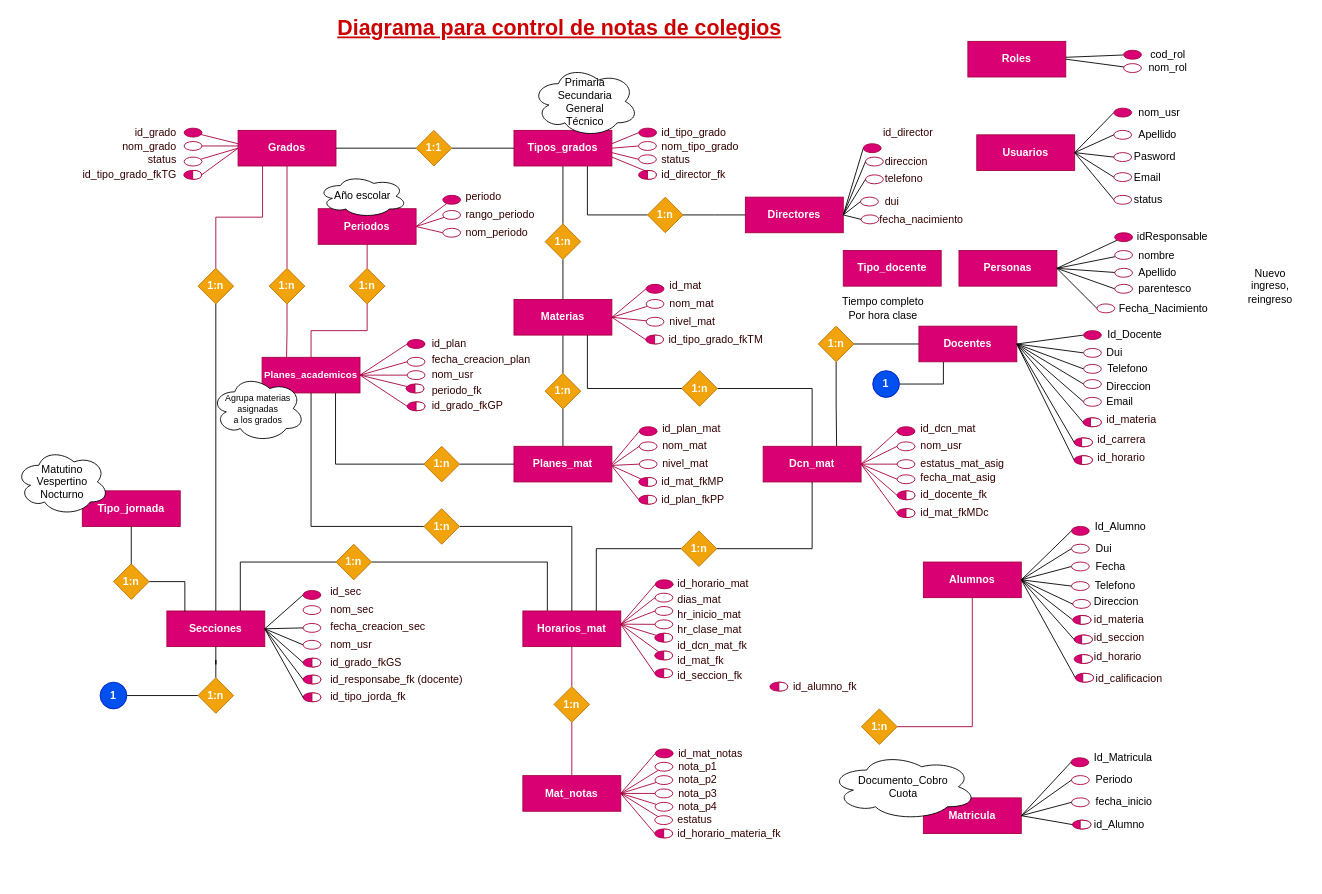
Earlier version of the draw.io diagram dsiw2_diagrama_notas.drawio (w-vasquez/dsiw2). Source tidied: cells renumbered, new cells numbered last; positions are measured from the earlier drawing's top-left corner, leaving out a move shared by most shapes. Both pictures are drawn from the tidied source at 89%, with x=0, y=0 at pixel (15, 19).
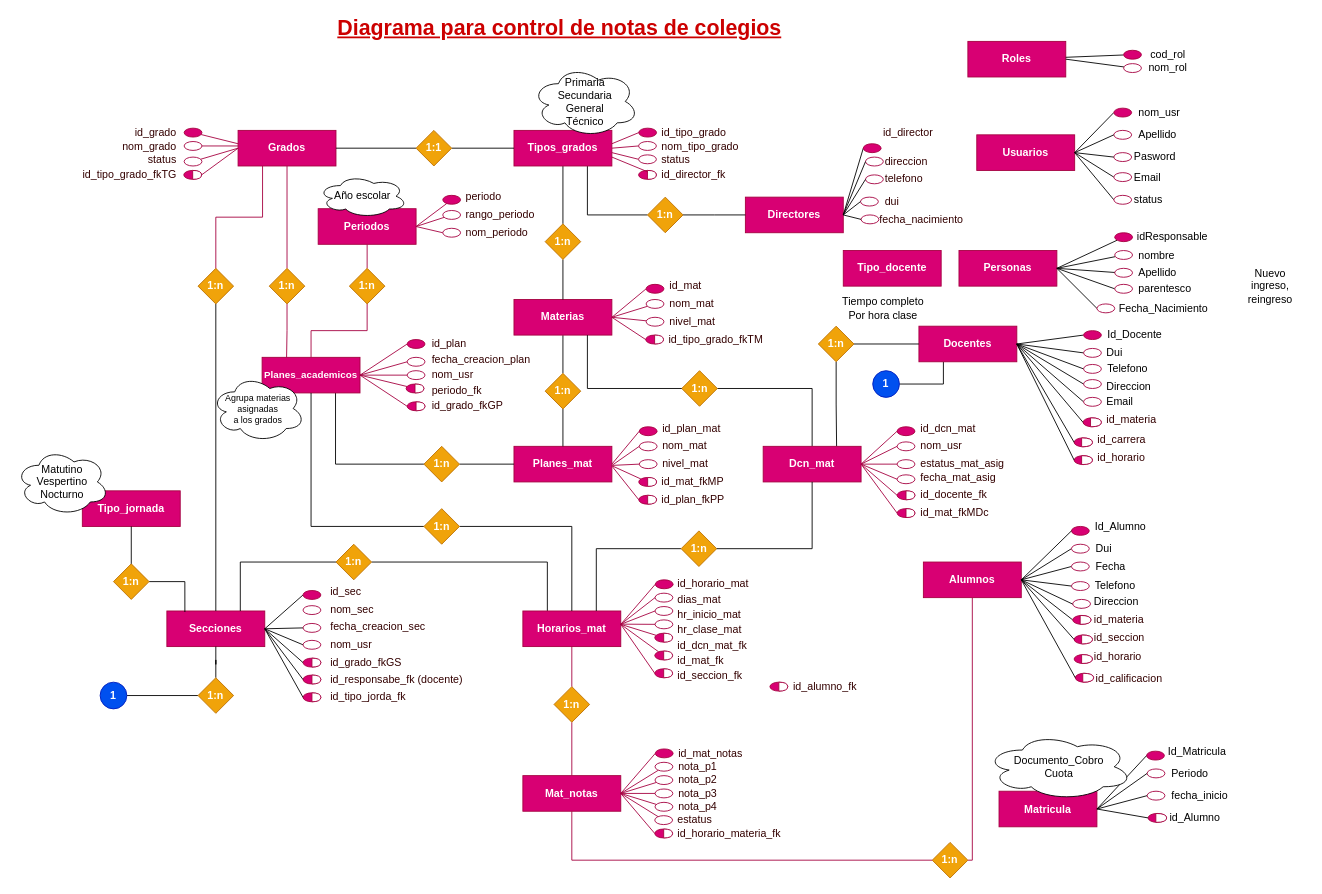
Above is the later version.

Unchanged cells that the change refers to:
```xml
<mxCell id="19" value="Alumnos" style="rounded=0;whiteSpace=wrap;html=1;fillColor=#d80073;strokeColor=#A50040;fontColor=#ffffff;fontStyle=1;" parent="1" vertex="1">
  <mxGeometry x="1020" y="610" width="110" height="40" as="geometry" />
</mxCell>
<mxCell id="62" value="Mat_notas" style="rounded=0;whiteSpace=wrap;html=1;fillColor=#d80073;strokeColor=#A50040;fontColor=#ffffff;fontStyle=1;labelPosition=center;verticalLabelPosition=middle;align=center;verticalAlign=middle;fontSize=12;" parent="1" vertex="1">
  <mxGeometry x="570" y="850" width="110" height="40" as="geometry" />
</mxCell>
```

What changed in the source:
```diff
@@
     <mxCell id="2" style="ellipse;whiteSpace=wrap;html=1;fillColor=#d80073;gradientDirection=east;strokeColor=#A50040;fontColor=#ffffff;" parent="1" vertex="1">
-      <mxGeometry x="1187.5" y="900" width="20.6" height="10" as="geometry" />
+      <mxGeometry x="1272.5" y="892.5" width="20.6" height="10" as="geometry" />
     </mxCell>
@@
     <mxCell id="18" style="edgeStyle=orthogonalEdgeStyle;rounded=0;jettySize=auto;html=1;entryX=1;entryY=0.5;entryDx=0;entryDy=0;fontSize=11;fontColor=#CC0000;exitX=0.5;exitY=1;exitDx=0;exitDy=0;startArrow=none;startFill=0;endArrow=none;endFill=0;fillColor=#d80073;strokeColor=#A50040;" parent="1" edge="1" source="19" target="107">
       <mxGeometry relative="1" as="geometry">
         <Array as="points">
-          <mxPoint x="1075" y="795" />
+          <mxPoint x="1075" y="945" />
         </Array>
       </mxGeometry>
     </mxCell>
@@
     <mxCell id="107" value="1:n" style="rhombus;whiteSpace=wrap;html=1;labelBackgroundColor=none;fontSize=12;align=center;fontStyle=1;fillColor=#f0a30a;strokeColor=#BD7000;fontColor=#ffffff;" parent="1" vertex="1">
-      <mxGeometry x="950.5" y="775" width="40" height="40" as="geometry" />
+      <mxGeometry x="1030" y="925" width="40" height="40" as="geometry" />
     </mxCell>
@@
     <mxCell id="404" value="Matricula" style="rounded=0;whiteSpace=wrap;html=1;fillColor=#d80073;strokeColor=#A50040;fontColor=#ffffff;fontStyle=1;" parent="1" vertex="1">
-      <mxGeometry x="1020" y="875" width="110" height="40" as="geometry" />
+      <mxGeometry x="1105" y="867.5" width="110" height="40" as="geometry" />
     </mxCell>
     <mxCell id="405" style="ellipse;whiteSpace=wrap;html=1;strokeColor=#A50040;fontColor=#ffffff;fillColor=#d80073;" parent="1" vertex="1">
-      <mxGeometry x="1185.8" y="830" width="20" height="10" as="geometry" />
+      <mxGeometry x="1270.8" y="822.5" width="20" height="10" as="geometry" />
     </mxCell>
     <mxCell id="406" value="Id_Matricula" style="text;html=1;strokeColor=none;fillColor=none;align=left;verticalAlign=middle;whiteSpace=wrap;rounded=0;" parent="1" vertex="1">
-      <mxGeometry x="1210" y="820" width="80" height="20" as="geometry" />
+      <mxGeometry x="1293.1" y="812.5" width="80" height="20" as="geometry" />
     </mxCell>
@@
     <mxCell id="408" style="ellipse;whiteSpace=wrap;html=1;strokeColor=#A50040;fontColor=#ffffff;fillColor=#FFFFFF;" parent="1" vertex="1">
-      <mxGeometry x="1186.4" y="850" width="20" height="10" as="geometry" />
+      <mxGeometry x="1271.4" y="842.5" width="20" height="10" as="geometry" />
     </mxCell>
     <mxCell id="409" value="Periodo" style="text;html=1;strokeColor=none;fillColor=none;align=left;verticalAlign=middle;whiteSpace=wrap;rounded=0;" parent="1" vertex="1">
-      <mxGeometry x="1212.2" y="845" width="80" height="20" as="geometry" />
+      <mxGeometry x="1297.2" y="837.5" width="80" height="20" as="geometry" />
     </mxCell>
@@
     <mxCell id="411" value="fecha_inicio" style="text;html=1;strokeColor=none;fillColor=none;align=left;verticalAlign=middle;whiteSpace=wrap;rounded=0;" parent="1" vertex="1">
-      <mxGeometry x="1212.2" y="870" width="80" height="20" as="geometry" />
+      <mxGeometry x="1297.2" y="862.5" width="80" height="20" as="geometry" />
     </mxCell>
     <mxCell id="412" style="ellipse;whiteSpace=wrap;html=1;strokeColor=#A50040;fontColor=#ffffff;fillColor=#FFFFFF;" parent="1" vertex="1">
-      <mxGeometry x="1186.4" y="875" width="20" height="10" as="geometry" />
+      <mxGeometry x="1271.4" y="867.5" width="20" height="10" as="geometry" />
     </mxCell>
@@
     <mxCell id="414" style="shape=or;whiteSpace=wrap;html=1;strokeColor=#A50040;fontColor=#ffffff;fillColor=#FFFFFF;" parent="1" vertex="1">
-      <mxGeometry x="1196.2" y="900" width="12.2" height="10" as="geometry" />
+      <mxGeometry x="1281.2" y="892.5" width="12.2" height="10" as="geometry" />
     </mxCell>
@@
     <mxCell id="416" value="id_Alumno" style="text;html=1;strokeColor=none;fillColor=none;align=left;verticalAlign=middle;whiteSpace=wrap;rounded=0;" parent="1" vertex="1">
-      <mxGeometry x="1210" y="895" width="80" height="20" as="geometry" />
+      <mxGeometry x="1295" y="887.5" width="80" height="20" as="geometry" />
     </mxCell>
     <mxCell id="417" value="&lt;font color=&quot;#000000&quot;&gt;&lt;span style=&quot;font-size: 12px&quot;&gt;Documento_Cobro&lt;br&gt;Cuota&lt;br&gt;&lt;/span&gt;&lt;/font&gt;" style="ellipse;shape=cloud;whiteSpace=wrap;html=1;labelBackgroundColor=none;fontSize=10;fontColor=#330000;align=center;verticalAlign=middle;" parent="1" vertex="1">
-      <mxGeometry x="915" y="825" width="165" height="75" as="geometry" />
+      <mxGeometry x="1090" y="802.5" width="165" height="75" as="geometry" />
     </mxCell>
+    <mxCell id="418" style="edgeStyle=orthogonalEdgeStyle;rounded=0;jettySize=auto;html=1;entryX=0.5;entryY=1;entryDx=0;entryDy=0;fontSize=11;fontColor=#CC0000;exitX=0;exitY=0.5;exitDx=0;exitDy=0;startArrow=none;startFill=0;endArrow=none;endFill=0;fillColor=#d80073;strokeColor=#A50040;" parent="1" edge="1" source="107" target="62">
+      <mxGeometry relative="1" as="geometry">
+        <Array as="points">
+          <mxPoint x="625" y="945" />
+        </Array>
+      </mxGeometry>
+    </mxCell>
```
